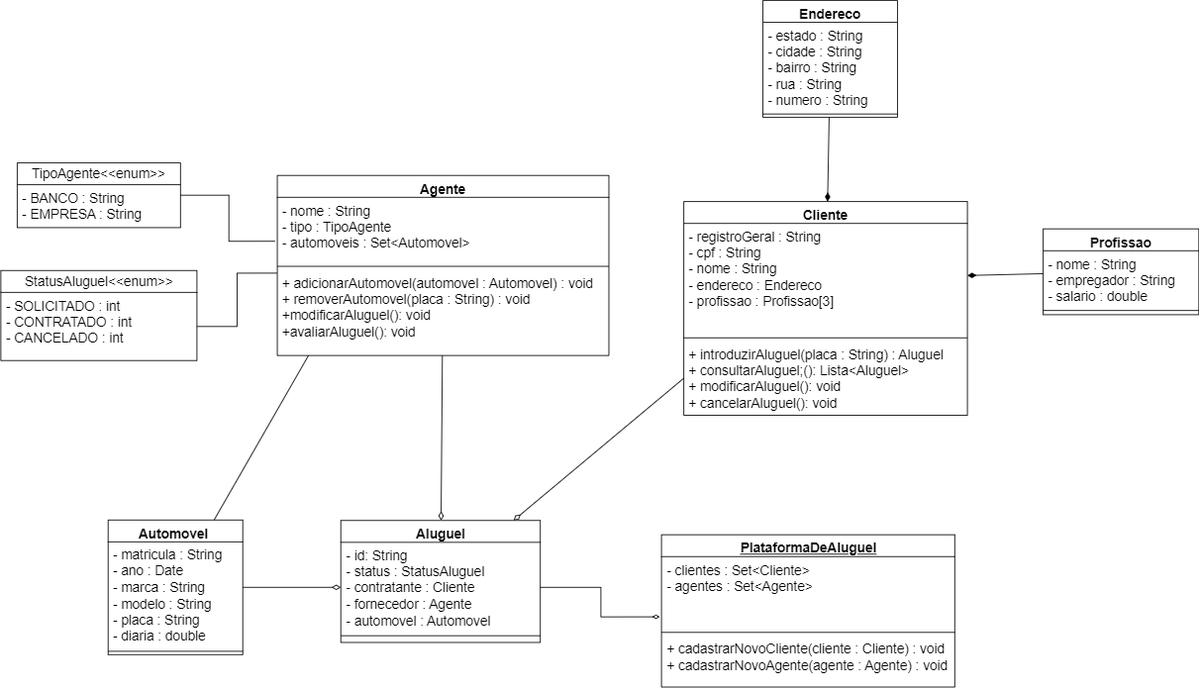
Earlier version of the draw.io export projeto/diagramas/diagrama_de_classes_lab2.drawio.png (pucmg-2023-02-lds-g5/Projeto-2). Source tidied: cells renumbered, new cells last; positions are measured from the earlier drawing's top-left corner, leaving out a move shared by most shapes. Source of this version:
```xml
<mxGraphModel>
  <root>
    <mxCell id="0" />
    <mxCell id="1" parent="0" />
    <mxCell id="2" style="edgeStyle=none;curved=1;rounded=0;jettySize=auto;html=1;fontSize=12;startSize=8;endSize=8;endArrow=diamondThin;endFill=0;exitX=0;exitY=0.5;exitDx=0;exitDy=0;" parent="1" edge="1" source="6" target="29">
      <mxGeometry relative="1" as="geometry" />
    </mxCell>
    <mxCell id="3" value="Cliente" style="swimlane;fontStyle=1;align=center;verticalAlign=top;horizontal=1;startSize=26;whiteSpace=wrap;html=1;fontSize=16;" parent="1" vertex="1">
      <mxGeometry x="811" y="239" width="337" height="254" as="geometry" />
    </mxCell>
    <mxCell id="4" value="- registroGeral : String&lt;br&gt;- cpf : String&lt;br&gt;- nome : String&lt;br&gt;- endereco : Endereco&lt;br&gt;- profissao : Profissao[3]" style="text;strokeColor=none;fillColor=none;align=left;verticalAlign=top;spacingLeft=4;spacingRight=4;overflow=hidden;points=[[0,0.5],[1,0.5]];portConstraint=eastwest;whiteSpace=wrap;html=1;fontSize=16;" parent="3" vertex="1">
      <mxGeometry y="26" width="337" height="132" as="geometry" />
    </mxCell>
    <mxCell id="5" style="line;strokeWidth=1;fillColor=none;align=left;verticalAlign=middle;spacingTop=-1;spacingLeft=3;spacingRight=3;labelPosition=right;strokeColor=inherit;fontSize=16;" parent="3" vertex="1">
      <mxGeometry y="158" width="337" height="8" as="geometry" />
    </mxCell>
    <mxCell id="6" value="+ introduzirAluguel(placa : String) : Aluguel&lt;br&gt;+ consultarAluguel;(): Lista&amp;lt;Aluguel&amp;gt;&lt;br&gt;+ modificarAluguel(): void&lt;br&gt;+ cancelarAluguel(): void" style="text;strokeColor=none;fillColor=none;align=left;verticalAlign=top;spacingLeft=4;spacingRight=4;overflow=hidden;points=[[0,0.5],[1,0.5]];portConstraint=eastwest;whiteSpace=wrap;html=1;fontSize=16;" parent="3" vertex="1">
      <mxGeometry y="166" width="337" height="88" as="geometry" />
    </mxCell>
    <mxCell id="7" style="edgeStyle=none;curved=1;rounded=0;jettySize=auto;html=1;fontSize=12;startSize=8;endSize=8;endArrow=diamondThin;endFill=1;" parent="1" edge="1" source="8" target="3">
      <mxGeometry relative="1" as="geometry" />
    </mxCell>
    <mxCell id="8" value="Endereco" style="swimlane;fontStyle=1;align=center;verticalAlign=top;horizontal=1;startSize=26;whiteSpace=wrap;html=1;fontSize=16;" parent="1" vertex="1">
      <mxGeometry x="905" width="160" height="139" as="geometry" />
    </mxCell>
    <mxCell id="9" value="- estado : String&lt;br&gt;- cidade : String&lt;br&gt;- bairro : String&lt;br&gt;- rua : String&lt;br&gt;- numero : String" style="text;strokeColor=none;fillColor=none;align=left;verticalAlign=top;spacingLeft=4;spacingRight=4;overflow=hidden;whiteSpace=wrap;html=1;fontSize=16;" parent="8" vertex="1">
      <mxGeometry y="26" width="160" height="105" as="geometry" />
    </mxCell>
    <mxCell id="10" style="line;strokeWidth=1;fillColor=none;align=left;verticalAlign=middle;spacingTop=-1;spacingLeft=3;spacingRight=3;labelPosition=right;strokeColor=inherit;fontSize=16;" parent="8" vertex="1">
      <mxGeometry y="131" width="160" height="8" as="geometry" />
    </mxCell>
    <mxCell id="11" style="edgeStyle=none;curved=1;rounded=0;jettySize=auto;html=1;fontSize=12;startSize=8;endSize=8;endArrow=diamondThin;endFill=1;" parent="1" edge="1" source="12" target="4">
      <mxGeometry relative="1" as="geometry" />
    </mxCell>
    <mxCell id="12" value="Profissao" style="swimlane;fontStyle=1;align=center;verticalAlign=top;horizontal=1;startSize=26;whiteSpace=wrap;html=1;fontSize=16;" parent="1" vertex="1">
      <mxGeometry x="1238" y="271.5" width="185" height="102" as="geometry" />
    </mxCell>
    <mxCell id="13" value="- nome : String&lt;br&gt;- empregador : String&lt;br&gt;- salario : double" style="text;strokeColor=none;fillColor=none;align=left;verticalAlign=top;spacingLeft=4;spacingRight=4;overflow=hidden;whiteSpace=wrap;html=1;fontSize=16;" parent="12" vertex="1">
      <mxGeometry y="26" width="185" height="67" as="geometry" />
    </mxCell>
    <mxCell id="14" style="line;strokeWidth=1;fillColor=none;align=left;verticalAlign=middle;spacingTop=-1;spacingLeft=3;spacingRight=3;labelPosition=right;strokeColor=inherit;fontSize=16;" parent="12" vertex="1">
      <mxGeometry y="93" width="185" height="8" as="geometry" />
    </mxCell>
    <mxCell id="15" value="+ method(type): type" style="text;strokeColor=none;fillColor=none;align=left;verticalAlign=top;spacingLeft=4;spacingRight=4;overflow=hidden;whiteSpace=wrap;html=1;fontSize=16;" parent="12" vertex="1">
      <mxGeometry y="101" width="185" height="1" as="geometry" />
    </mxCell>
    <mxCell id="16" style="edgeStyle=none;curved=1;rounded=0;jettySize=auto;html=1;fontSize=12;startSize=8;endSize=8;endArrow=diamondThin;endFill=0;" parent="1" edge="1" source="17" target="29">
      <mxGeometry relative="1" as="geometry" />
    </mxCell>
    <mxCell id="17" value="Agente" style="swimlane;fontStyle=1;align=center;verticalAlign=top;horizontal=1;startSize=26;whiteSpace=wrap;html=1;fontSize=16;" parent="1" vertex="1">
      <mxGeometry x="328" y="208" width="394" height="214" as="geometry" />
    </mxCell>
    <mxCell id="18" value="- nome : String&lt;br&gt;- tipo : TipoAgente&lt;br&gt;- automoveis : Set&amp;lt;Automovel&amp;gt;" style="text;strokeColor=none;fillColor=none;align=left;verticalAlign=top;spacingLeft=4;spacingRight=4;overflow=hidden;points=[[0,0.5],[1,0.5]];portConstraint=eastwest;whiteSpace=wrap;html=1;fontSize=16;" parent="17" vertex="1">
      <mxGeometry y="26" width="394" height="78" as="geometry" />
    </mxCell>
    <mxCell id="19" style="line;strokeWidth=1;fillColor=none;align=left;verticalAlign=middle;spacingTop=-1;spacingLeft=3;spacingRight=3;labelPosition=right;strokeColor=inherit;fontSize=16;" parent="17" vertex="1">
      <mxGeometry y="104" width="394" height="8" as="geometry" />
    </mxCell>
    <mxCell id="20" value="+ adicionarAutomovel(automovel : Automovel) : void&lt;br&gt;+ removerAutomovel(placa : String) : void&lt;br&gt;+modificarAluguel(): void&lt;br&gt;+avaliarAluguel(): void" style="text;strokeColor=none;fillColor=none;align=left;verticalAlign=top;spacingLeft=4;spacingRight=4;overflow=hidden;points=[[0,0.5],[1,0.5]];portConstraint=eastwest;whiteSpace=wrap;html=1;fontSize=16;" parent="17" vertex="1">
      <mxGeometry y="112" width="394" height="102" as="geometry" />
    </mxCell>
    <mxCell id="21" style="edgeStyle=orthogonalEdgeStyle;rounded=0;jettySize=auto;html=1;entryX=-0.007;entryY=0.669;entryDx=0;entryDy=0;entryPerimeter=0;endArrow=none;endFill=0;" parent="1" edge="1" source="22" target="18">
      <mxGeometry relative="1" as="geometry" />
    </mxCell>
    <mxCell id="22" value="TipoAgente&amp;lt;&amp;lt;enum&amp;gt;&amp;gt;" style="swimlane;fontStyle=0;horizontal=1;startSize=26;fillColor=none;whiteSpace=wrap;html=1;fontSize=16;" parent="1" vertex="1">
      <mxGeometry x="19" y="193" width="194" height="77" as="geometry" />
    </mxCell>
    <mxCell id="23" value="- BANCO : String&lt;br&gt;- EMPRESA : String" style="text;strokeColor=none;fillColor=none;align=left;verticalAlign=top;spacingLeft=4;spacingRight=4;overflow=hidden;whiteSpace=wrap;html=1;fontSize=16;" parent="22" vertex="1">
      <mxGeometry y="26" width="194" height="51" as="geometry" />
    </mxCell>
    <mxCell id="24" style="edgeStyle=none;curved=1;rounded=0;jettySize=auto;html=1;entryX=0;entryY=0.5;entryDx=0;entryDy=0;fontSize=12;startSize=8;endSize=8;endArrow=diamondThin;endFill=0;" parent="1" edge="1" source="26" target="30">
      <mxGeometry relative="1" as="geometry" />
    </mxCell>
    <mxCell id="25" style="edgeStyle=none;curved=1;rounded=0;jettySize=auto;html=1;fontSize=12;startSize=8;endSize=8;endArrow=none;endFill=0;entryX=0.094;entryY=1;entryDx=0;entryDy=0;entryPerimeter=0;" parent="1" edge="1" source="26" target="20">
      <mxGeometry relative="1" as="geometry" />
    </mxCell>
    <mxCell id="26" value="Automovel&amp;nbsp;" style="swimlane;fontStyle=1;align=center;verticalAlign=top;horizontal=1;startSize=26;whiteSpace=wrap;html=1;fontSize=16;" parent="1" vertex="1">
      <mxGeometry x="127" y="617.5" width="160" height="160" as="geometry" />
    </mxCell>
    <mxCell id="27" value="- matricula : String&lt;br&gt;- ano : Date&lt;br&gt;- marca : String&lt;br&gt;- modelo : String&lt;br&gt;- placa : String&lt;br&gt;- diaria : double&lt;br&gt;&amp;nbsp;" style="text;strokeColor=none;fillColor=none;align=left;verticalAlign=top;spacingLeft=4;spacingRight=4;overflow=hidden;whiteSpace=wrap;html=1;fontSize=16;" parent="26" vertex="1">
      <mxGeometry y="26" width="160" height="126" as="geometry" />
    </mxCell>
    <mxCell id="28" style="line;strokeWidth=1;fillColor=none;align=left;verticalAlign=middle;spacingTop=-1;spacingLeft=3;spacingRight=3;labelPosition=right;strokeColor=inherit;fontSize=16;" parent="26" vertex="1">
      <mxGeometry y="152" width="160" height="8" as="geometry" />
    </mxCell>
    <mxCell id="29" value="Aluguel" style="swimlane;fontStyle=1;align=center;verticalAlign=top;horizontal=1;startSize=26;whiteSpace=wrap;html=1;fontSize=16;" parent="1" vertex="1">
      <mxGeometry x="403.5" y="618" width="237" height="145" as="geometry" />
    </mxCell>
    <mxCell id="30" value="- id: String&lt;br&gt;- status : StatusAluguel&lt;br&gt;- contratante : Cliente&lt;br&gt;- fornecedor : Agente&lt;br&gt;- automovel : Automovel" style="text;strokeColor=none;fillColor=none;align=left;verticalAlign=top;spacingLeft=4;spacingRight=4;overflow=hidden;points=[[0,0.5],[1,0.5]];portConstraint=eastwest;whiteSpace=wrap;html=1;fontSize=16;" parent="29" vertex="1">
      <mxGeometry y="26" width="237" height="107" as="geometry" />
    </mxCell>
    <mxCell id="31" style="line;strokeWidth=1;fillColor=none;align=left;verticalAlign=middle;spacingTop=-1;spacingLeft=3;spacingRight=3;labelPosition=right;strokeColor=inherit;fontSize=16;" parent="29" vertex="1">
      <mxGeometry y="133" width="237" height="8" as="geometry" />
    </mxCell>
    <mxCell id="32" value="+ method(type): type" style="text;strokeColor=none;fillColor=none;align=left;verticalAlign=top;spacingLeft=4;spacingRight=4;overflow=hidden;whiteSpace=wrap;html=1;fontSize=16;" parent="29" vertex="1">
      <mxGeometry y="141" width="237" height="4" as="geometry" />
    </mxCell>
    <mxCell id="33" value="StatusAluguel&amp;lt;&amp;lt;enum&amp;gt;&amp;gt;" style="swimlane;fontStyle=0;horizontal=1;startSize=26;fillColor=none;whiteSpace=wrap;html=1;fontSize=16;" parent="1" vertex="1">
      <mxGeometry x="-0.5" y="321" width="233" height="107" as="geometry" />
    </mxCell>
    <mxCell id="34" value="- SOLICITADO : int&lt;br&gt;- CONTRATADO : int&lt;br&gt;- CANCELADO : int" style="text;strokeColor=none;fillColor=none;align=left;verticalAlign=top;spacingLeft=4;spacingRight=4;overflow=hidden;points=[[0,0.5],[1,0.5]];portConstraint=eastwest;whiteSpace=wrap;html=1;fontSize=16;" parent="33" vertex="1">
      <mxGeometry y="26" width="233" height="81" as="geometry" />
    </mxCell>
    <mxCell id="35" value="&lt;u&gt;PlataformaDeAluguel&lt;/u&gt;" style="swimlane;fontStyle=1;align=center;verticalAlign=top;horizontal=1;startSize=26;whiteSpace=wrap;html=1;fontSize=16;" parent="1" vertex="1">
      <mxGeometry x="784.5" y="635" width="348.5" height="181" as="geometry" />
    </mxCell>
    <mxCell id="36" value="- clientes : Set&amp;lt;Cliente&amp;gt;&lt;br&gt;- agentes : Set&amp;lt;Agente&amp;gt;" style="text;strokeColor=none;fillColor=none;align=left;verticalAlign=top;spacingLeft=4;spacingRight=4;overflow=hidden;points=[[0,0.5],[1,0.5]];portConstraint=eastwest;whiteSpace=wrap;html=1;fontSize=16;" parent="35" vertex="1">
      <mxGeometry y="26" width="348.5" height="86" as="geometry" />
    </mxCell>
    <mxCell id="37" style="line;strokeWidth=1;fillColor=none;align=left;verticalAlign=middle;spacingTop=-1;spacingLeft=3;spacingRight=3;labelPosition=right;strokeColor=inherit;fontSize=16;" parent="35" vertex="1">
      <mxGeometry y="112" width="348.5" height="8" as="geometry" />
    </mxCell>
    <mxCell id="38" value="+ cadastrarNovoCliente(cliente : Cliente) : void&lt;br&gt;+ cadastrarNovoAgente(agente : Agente) : void" style="text;strokeColor=none;fillColor=none;align=left;verticalAlign=top;spacingLeft=4;spacingRight=4;overflow=hidden;whiteSpace=wrap;html=1;fontSize=16;" parent="35" vertex="1">
      <mxGeometry y="120" width="348.5" height="61" as="geometry" />
    </mxCell>
    <mxCell id="39" style="edgeStyle=orthogonalEdgeStyle;rounded=0;jettySize=auto;html=1;entryX=-0.001;entryY=0.04;entryDx=0;entryDy=0;entryPerimeter=0;endArrow=none;endFill=0;" parent="1" edge="1" source="34" target="20">
      <mxGeometry relative="1" as="geometry" />
    </mxCell>
    <mxCell id="40" style="edgeStyle=orthogonalEdgeStyle;rounded=0;jettySize=auto;html=1;entryX=-0.006;entryY=0.832;entryDx=0;entryDy=0;entryPerimeter=0;endArrow=diamondThin;endFill=0;" parent="1" edge="1" source="30" target="36">
      <mxGeometry relative="1" as="geometry" />
    </mxCell>
  </root>
</mxGraphModel>
```
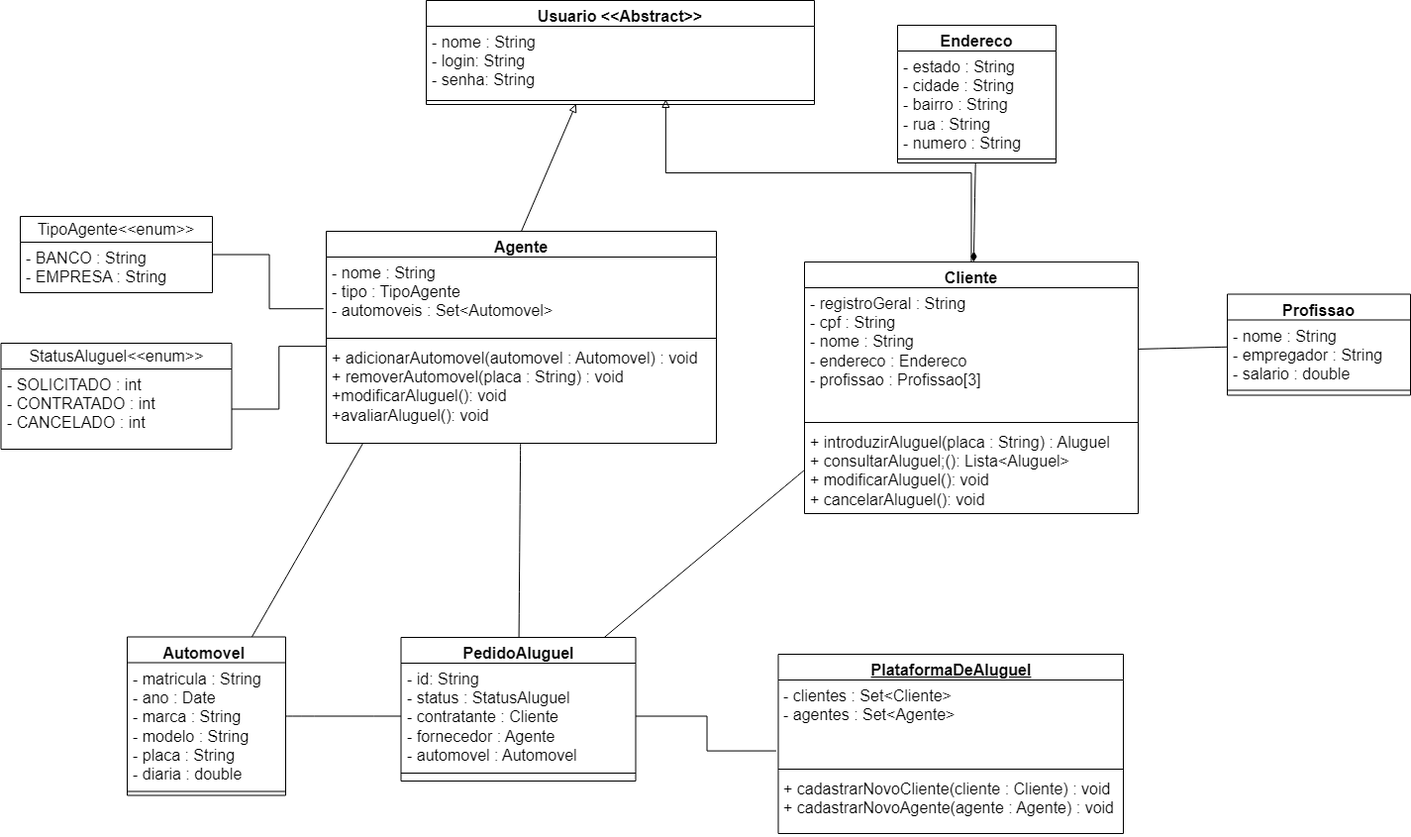
The same file after the commit.

The edit, as a diff of the source:
```diff
@@ -2,9 +2,17 @@
   <root>
     <mxCell id="0" />
     <mxCell id="1" parent="0" />
-    <mxCell id="2" style="edgeStyle=none;curved=1;rounded=0;jettySize=auto;html=1;fontSize=12;startSize=8;endSize=8;endArrow=diamondThin;endFill=0;exitX=0;exitY=0.5;exitDx=0;exitDy=0;" parent="1" edge="1" source="6" target="29">
+    <mxCell id="2" style="edgeStyle=none;curved=1;rounded=0;jettySize=auto;html=1;fontSize=12;startSize=8;endSize=8;endArrow=none;endFill=0;exitX=0;exitY=0.5;exitDx=0;exitDy=0;" parent="1" edge="1" source="6" target="29">
       <mxGeometry relative="1" as="geometry" />
     </mxCell>
+    <mxCell id="41" style="edgeStyle=orthogonalEdgeStyle;rounded=0;jettySize=auto;html=1;entryX=0.617;entryY=0.353;entryDx=0;entryDy=0;entryPerimeter=0;endArrow=block;endFill=0;" parent="1" edge="1" source="3" target="44">
+      <mxGeometry relative="1" as="geometry">
+        <Array as="points">
+          <mxPoint x="979" y="149" />
+          <mxPoint x="671" y="149" />
+        </Array>
+      </mxGeometry>
+    </mxCell>
     <mxCell id="3" value="Cliente" style="swimlane;fontStyle=1;align=center;verticalAlign=top;horizontal=1;startSize=26;whiteSpace=wrap;html=1;fontSize=16;" parent="1" vertex="1">
       <mxGeometry x="811" y="239" width="337" height="254" as="geometry" />
     </mxCell>
@@ -29,7 +37,7 @@
     <mxCell id="10" style="line;strokeWidth=1;fillColor=none;align=left;verticalAlign=middle;spacingTop=-1;spacingLeft=3;spacingRight=3;labelPosition=right;strokeColor=inherit;fontSize=16;" parent="8" vertex="1">
       <mxGeometry y="131" width="160" height="8" as="geometry" />
     </mxCell>
-    <mxCell id="11" style="edgeStyle=none;curved=1;rounded=0;jettySize=auto;html=1;fontSize=12;startSize=8;endSize=8;endArrow=diamondThin;endFill=1;" parent="1" edge="1" source="12" target="4">
+    <mxCell id="11" style="edgeStyle=none;curved=1;rounded=0;jettySize=auto;html=1;fontSize=12;startSize=8;endSize=8;endArrow=none;endFill=0;" parent="1" edge="1" source="12" target="4">
       <mxGeometry relative="1" as="geometry" />
     </mxCell>
     <mxCell id="12" value="Profissao" style="swimlane;fontStyle=1;align=center;verticalAlign=top;horizontal=1;startSize=26;whiteSpace=wrap;html=1;fontSize=16;" parent="1" vertex="1">
@@ -44,7 +52,7 @@
     <mxCell id="15" value="+ method(type): type" style="text;strokeColor=none;fillColor=none;align=left;verticalAlign=top;spacingLeft=4;spacingRight=4;overflow=hidden;whiteSpace=wrap;html=1;fontSize=16;" parent="12" vertex="1">
       <mxGeometry y="101" width="185" height="1" as="geometry" />
     </mxCell>
-    <mxCell id="16" style="edgeStyle=none;curved=1;rounded=0;jettySize=auto;html=1;fontSize=12;startSize=8;endSize=8;endArrow=diamondThin;endFill=0;" parent="1" edge="1" source="17" target="29">
+    <mxCell id="16" style="edgeStyle=none;curved=1;rounded=0;jettySize=auto;html=1;fontSize=12;startSize=8;endSize=8;endArrow=none;endFill=0;" parent="1" edge="1" source="17" target="29">
       <mxGeometry relative="1" as="geometry" />
     </mxCell>
     <mxCell id="17" value="Agente" style="swimlane;fontStyle=1;align=center;verticalAlign=top;horizontal=1;startSize=26;whiteSpace=wrap;html=1;fontSize=16;" parent="1" vertex="1">
@@ -68,7 +76,7 @@
     <mxCell id="23" value="- BANCO : String&lt;br&gt;- EMPRESA : String" style="text;strokeColor=none;fillColor=none;align=left;verticalAlign=top;spacingLeft=4;spacingRight=4;overflow=hidden;whiteSpace=wrap;html=1;fontSize=16;" parent="22" vertex="1">
       <mxGeometry y="26" width="194" height="51" as="geometry" />
     </mxCell>
-    <mxCell id="24" style="edgeStyle=none;curved=1;rounded=0;jettySize=auto;html=1;entryX=0;entryY=0.5;entryDx=0;entryDy=0;fontSize=12;startSize=8;endSize=8;endArrow=diamondThin;endFill=0;" parent="1" edge="1" source="26" target="30">
+    <mxCell id="24" style="edgeStyle=none;curved=1;rounded=0;jettySize=auto;html=1;entryX=0;entryY=0.5;entryDx=0;entryDy=0;fontSize=12;startSize=8;endSize=8;endArrow=none;endFill=0;" parent="1" edge="1" source="26" target="30">
       <mxGeometry relative="1" as="geometry" />
     </mxCell>
     <mxCell id="25" style="edgeStyle=none;curved=1;rounded=0;jettySize=auto;html=1;fontSize=12;startSize=8;endSize=8;endArrow=none;endFill=0;entryX=0.094;entryY=1;entryDx=0;entryDy=0;entryPerimeter=0;" parent="1" edge="1" source="26" target="20">
@@ -83,7 +91,7 @@
     <mxCell id="28" style="line;strokeWidth=1;fillColor=none;align=left;verticalAlign=middle;spacingTop=-1;spacingLeft=3;spacingRight=3;labelPosition=right;strokeColor=inherit;fontSize=16;" parent="26" vertex="1">
       <mxGeometry y="152" width="160" height="8" as="geometry" />
     </mxCell>
-    <mxCell id="29" value="Aluguel" style="swimlane;fontStyle=1;align=center;verticalAlign=top;horizontal=1;startSize=26;whiteSpace=wrap;html=1;fontSize=16;" parent="1" vertex="1">
+    <mxCell id="29" value="PedidoAluguel" style="swimlane;fontStyle=1;align=center;verticalAlign=top;horizontal=1;startSize=26;whiteSpace=wrap;html=1;fontSize=16;" parent="1" vertex="1">
       <mxGeometry x="403.5" y="618" width="237" height="145" as="geometry" />
     </mxCell>
     <mxCell id="30" value="- id: String&lt;br&gt;- status : StatusAluguel&lt;br&gt;- contratante : Cliente&lt;br&gt;- fornecedor : Agente&lt;br&gt;- automovel : Automovel" style="text;strokeColor=none;fillColor=none;align=left;verticalAlign=top;spacingLeft=4;spacingRight=4;overflow=hidden;points=[[0,0.5],[1,0.5]];portConstraint=eastwest;whiteSpace=wrap;html=1;fontSize=16;" parent="29" vertex="1">
@@ -116,8 +124,20 @@
     <mxCell id="39" style="edgeStyle=orthogonalEdgeStyle;rounded=0;jettySize=auto;html=1;entryX=-0.001;entryY=0.04;entryDx=0;entryDy=0;entryPerimeter=0;endArrow=none;endFill=0;" parent="1" edge="1" source="34" target="20">
       <mxGeometry relative="1" as="geometry" />
     </mxCell>
-    <mxCell id="40" style="edgeStyle=orthogonalEdgeStyle;rounded=0;jettySize=auto;html=1;entryX=-0.006;entryY=0.832;entryDx=0;entryDy=0;entryPerimeter=0;endArrow=diamondThin;endFill=0;" parent="1" edge="1" source="30" target="36">
+    <mxCell id="40" style="edgeStyle=orthogonalEdgeStyle;rounded=0;jettySize=auto;html=1;entryX=-0.006;entryY=0.832;entryDx=0;entryDy=0;entryPerimeter=0;endArrow=none;endFill=0;" parent="1" edge="1" source="30" target="36">
       <mxGeometry relative="1" as="geometry" />
     </mxCell>
+    <mxCell id="42" value="Usuario &amp;lt;&amp;lt;Abstract&amp;gt;&amp;gt;" style="swimlane;fontStyle=1;align=center;verticalAlign=top;horizontal=1;startSize=26;whiteSpace=wrap;html=1;fontSize=16;" parent="1" vertex="1">
+      <mxGeometry x="429" y="-25" width="392" height="105" as="geometry" />
+    </mxCell>
+    <mxCell id="43" value="- nome : String&lt;br&gt;- login: String&lt;br&gt;- senha: String" style="text;strokeColor=none;fillColor=none;align=left;verticalAlign=top;spacingLeft=4;spacingRight=4;overflow=hidden;whiteSpace=wrap;html=1;fontSize=16;" parent="42" vertex="1">
+      <mxGeometry y="26" width="392" height="71" as="geometry" />
+    </mxCell>
+    <mxCell id="44" style="line;strokeWidth=1;fillColor=none;align=left;verticalAlign=middle;spacingTop=-1;spacingLeft=3;spacingRight=3;labelPosition=right;points=[];portConstraint=eastwest;strokeColor=inherit;fontSize=16;" parent="42" vertex="1">
+      <mxGeometry y="97" width="392" height="8" as="geometry" />
+    </mxCell>
+    <mxCell id="45" style="endArrow=block;html=1;rounded=0;entryX=0.386;entryY=0.941;entryDx=0;entryDy=0;entryPerimeter=0;exitX=0.5;exitY=0;exitDx=0;exitDy=0;endFill=0;" parent="1" edge="1" source="17" target="44">
+      <mxGeometry relative="1" as="geometry" />
+    </mxCell>
   </root>
 </mxGraphModel>
```
